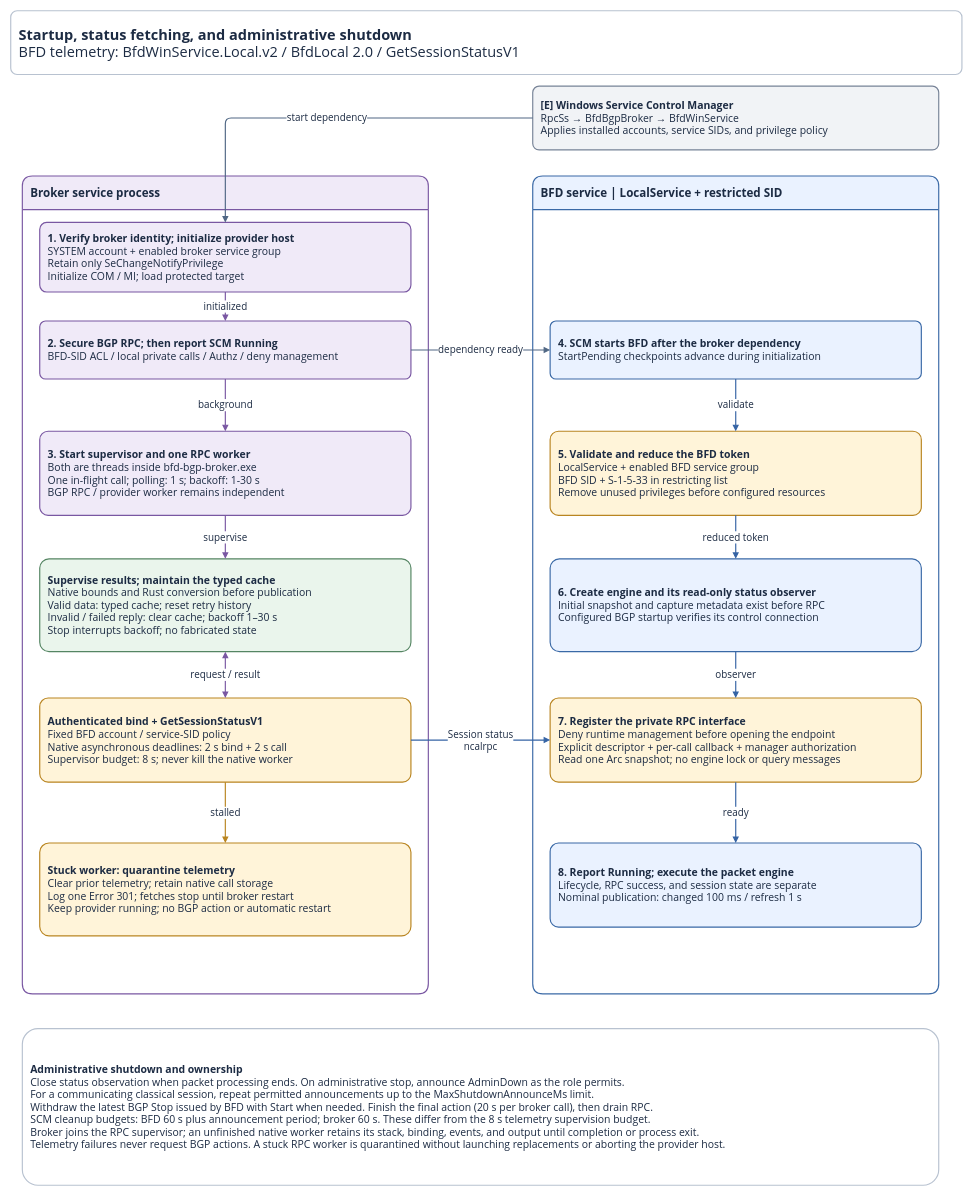
This is page "2 Service lifecycle" (2 of 3) of docs/service-communication.drawio from miketheitguy/bfd-winservice, a draw.io file, before an edit. Source tidied: cells renumbered, new cells numbered last; positions are measured from the earlier drawing's top-left corner, leaving out a move shared by most shapes. Both pictures are drawn from the tidied source at 58%, with x=0, y=0 at pixel (10, 10).
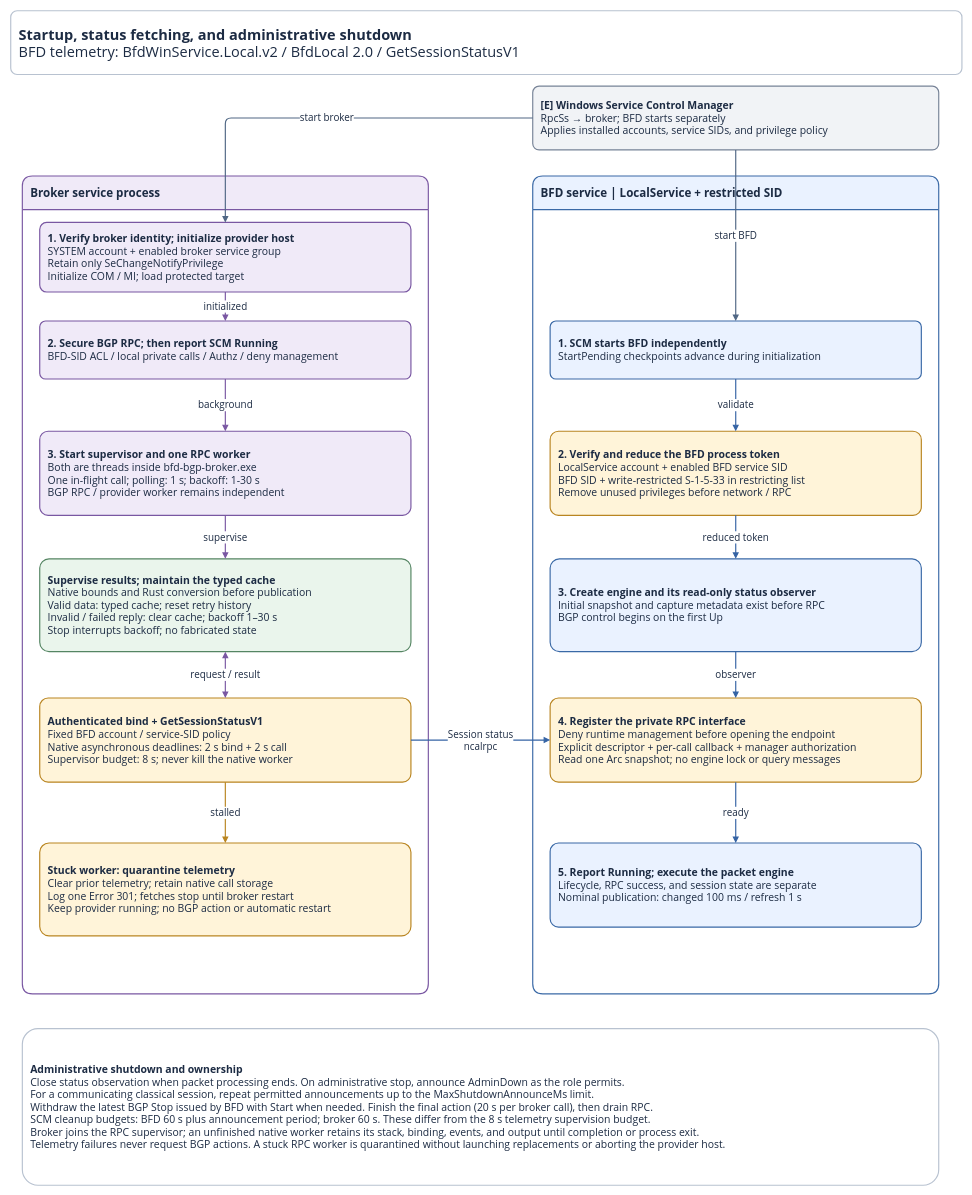
After the change.

Unchanged cells that the change refers to:
```xml
<mxCell id="5" value="&lt;b&gt;BFD service | LocalService + restricted SID&lt;/b&gt;" style="rounded=1;arcSize=10;whiteSpace=wrap;html=1;fillColor=#EAF2FF;strokeColor=#3A69A6;strokeWidth=2;fontFamily=Segoe UI;fontSize=20;fontColor=#1C2B43;spacing=14;align=left;verticalAlign=middle;shape=swimlane;startSize=58;horizontal=1;swimlaneLine=1;" parent="1" vertex="1">
  <mxGeometry x="900" y="285" width="700" height="1410" as="geometry" />
</mxCell>
<mxCell id="6" value="&lt;b&gt;1. Verify broker identity; initialize provider host&lt;/b&gt;&lt;br&gt;SYSTEM account + enabled broker service group&lt;br&gt;Retain only SeChangeNotifyPrivilege&lt;br&gt;Initialize COM / MI; load protected target" style="rounded=1;arcSize=10;whiteSpace=wrap;html=1;fillColor=#F0EAF8;strokeColor=#7957A2;strokeWidth=2;fontFamily=Segoe UI;fontSize=18;fontColor=#1C2B43;spacing=14;align=left;verticalAlign=middle;" parent="4" vertex="1">
  <mxGeometry x="30" y="80" width="640" height="120" as="geometry" />
</mxCell>
<mxCell id="7" value="&lt;b&gt;2. Secure BGP RPC; then report SCM Running&lt;/b&gt;&lt;br&gt;BFD-SID ACL / local private calls / Authz / deny management" style="rounded=1;arcSize=10;whiteSpace=wrap;html=1;fillColor=#F0EAF8;strokeColor=#7957A2;strokeWidth=2;fontFamily=Segoe UI;fontSize=18;fontColor=#1C2B43;spacing=14;align=left;verticalAlign=middle;" parent="4" vertex="1">
  <mxGeometry x="30" y="250" width="640" height="100" as="geometry" />
</mxCell>
```

Diff of the diagram source:
```diff
@@
-    <mxCell id="3" value="&lt;b&gt;[E] Windows Service Control Manager&lt;/b&gt;&lt;br&gt;RpcSs → BfdBgpBroker → BfdWinService&lt;br&gt;Applies installed accounts, service SIDs, and privilege policy" style="rounded=1;arcSize=10;whiteSpace=wrap;html=1;fillColor=#F1F3F6;strokeColor=#778397;strokeWidth=2;fontFamily=Segoe UI;fontSize=18;fontColor=#1C2B43;spacing=14;align=left;verticalAlign=middle;" parent="1" vertex="1">
+    <mxCell id="3" value="&lt;b&gt;[E] Windows Service Control Manager&lt;/b&gt;&lt;br&gt;RpcSs → broker; BFD starts separately&lt;br&gt;Applies installed accounts, service SIDs, and privilege policy" style="rounded=1;arcSize=10;whiteSpace=wrap;html=1;fillColor=#F1F3F6;strokeColor=#778397;strokeWidth=2;fontFamily=Segoe UI;fontSize=18;fontColor=#1C2B43;spacing=14;align=left;verticalAlign=middle;" parent="1" vertex="1">
       <mxGeometry x="900" y="130" width="700" height="110" as="geometry" />
     </mxCell>
@@
-    <mxCell id="12" value="&lt;b&gt;4. SCM starts BFD after the broker dependency&lt;/b&gt;&lt;br&gt;StartPending checkpoints advance during initialization" style="rounded=1;arcSize=10;whiteSpace=wrap;html=1;fillColor=#EAF2FF;strokeColor=#3A69A6;strokeWidth=2;fontFamily=Segoe UI;fontSize=18;fontColor=#1C2B43;spacing=14;align=left;verticalAlign=middle;" parent="5" vertex="1">
+    <mxCell id="12" value="&lt;b&gt;1. SCM starts BFD independently&lt;/b&gt;&lt;br&gt;StartPending checkpoints advance during initialization" style="rounded=1;arcSize=10;whiteSpace=wrap;html=1;fillColor=#EAF2FF;strokeColor=#3A69A6;strokeWidth=2;fontFamily=Segoe UI;fontSize=18;fontColor=#1C2B43;spacing=14;align=left;verticalAlign=middle;" parent="5" vertex="1">
       <mxGeometry x="30" y="250" width="640" height="100" as="geometry" />
     </mxCell>
-    <mxCell id="13" value="&lt;b&gt;5. Validate and reduce the BFD token&lt;/b&gt;&lt;br&gt;LocalService + enabled BFD service group&lt;br&gt;BFD SID + S-1-5-33 in restricting list&lt;br&gt;Remove unused privileges before configured resources" style="rounded=1;arcSize=10;whiteSpace=wrap;html=1;fillColor=#FFF4D9;strokeColor=#B98521;strokeWidth=2;fontFamily=Segoe UI;fontSize=18;fontColor=#1C2B43;spacing=14;align=left;verticalAlign=middle;" parent="5" vertex="1">
+    <mxCell id="13" value="&lt;b&gt;2. Verify and reduce the BFD process token&lt;/b&gt;&lt;br&gt;LocalService account + enabled BFD service SID&lt;br&gt;BFD SID + write-restricted S-1-5-33 in restricting list&lt;br&gt;Remove unused privileges before network / RPC" style="rounded=1;arcSize=10;whiteSpace=wrap;html=1;fillColor=#FFF4D9;strokeColor=#B98521;strokeWidth=2;fontFamily=Segoe UI;fontSize=18;fontColor=#1C2B43;spacing=14;align=left;verticalAlign=middle;" parent="5" vertex="1">
       <mxGeometry x="30" y="440" width="640" height="145" as="geometry" />
     </mxCell>
-    <mxCell id="14" value="&lt;b&gt;6. Create engine and its read-only status observer&lt;/b&gt;&lt;br&gt;Initial snapshot and capture metadata exist before RPC&lt;br&gt;Configured BGP startup verifies its control connection" style="rounded=1;arcSize=10;whiteSpace=wrap;html=1;fillColor=#EAF2FF;strokeColor=#3A69A6;strokeWidth=2;fontFamily=Segoe UI;fontSize=18;fontColor=#1C2B43;spacing=14;align=left;verticalAlign=middle;" parent="5" vertex="1">
+    <mxCell id="14" value="&lt;b&gt;3. Create engine and its read-only status observer&lt;/b&gt;&lt;br&gt;Initial snapshot and capture metadata exist before RPC&lt;br&gt;BGP control begins on the first Up" style="rounded=1;arcSize=10;whiteSpace=wrap;html=1;fillColor=#EAF2FF;strokeColor=#3A69A6;strokeWidth=2;fontFamily=Segoe UI;fontSize=18;fontColor=#1C2B43;spacing=14;align=left;verticalAlign=middle;" parent="5" vertex="1">
       <mxGeometry x="30" y="660" width="640" height="160" as="geometry" />
     </mxCell>
-    <mxCell id="15" value="&lt;b&gt;7. Register the private RPC interface&lt;/b&gt;&lt;br&gt;Deny runtime management before opening the endpoint&lt;br&gt;Explicit descriptor + per-call callback + manager authorization&lt;br&gt;Read one Arc snapshot; no engine lock or query messages" style="rounded=1;arcSize=10;whiteSpace=wrap;html=1;fillColor=#FFF4D9;strokeColor=#B98521;strokeWidth=2;fontFamily=Segoe UI;fontSize=18;fontColor=#1C2B43;spacing=14;align=left;verticalAlign=middle;" parent="5" vertex="1">
+    <mxCell id="15" value="&lt;b&gt;4. Register the private RPC interface&lt;/b&gt;&lt;br&gt;Deny runtime management before opening the endpoint&lt;br&gt;Explicit descriptor + per-call callback + manager authorization&lt;br&gt;Read one Arc snapshot; no engine lock or query messages" style="rounded=1;arcSize=10;whiteSpace=wrap;html=1;fillColor=#FFF4D9;strokeColor=#B98521;strokeWidth=2;fontFamily=Segoe UI;fontSize=18;fontColor=#1C2B43;spacing=14;align=left;verticalAlign=middle;" parent="5" vertex="1">
       <mxGeometry x="30" y="900" width="640" height="145" as="geometry" />
     </mxCell>
-    <mxCell id="16" value="&lt;b&gt;8. Report Running; execute the packet engine&lt;/b&gt;&lt;br&gt;Lifecycle, RPC success, and session state are separate&lt;br&gt;Nominal publication: changed 100 ms / refresh 1 s" style="rounded=1;arcSize=10;whiteSpace=wrap;html=1;fillColor=#EAF2FF;strokeColor=#3A69A6;strokeWidth=2;fontFamily=Segoe UI;fontSize=18;fontColor=#1C2B43;spacing=14;align=left;verticalAlign=middle;" parent="5" vertex="1">
+    <mxCell id="16" value="&lt;b&gt;5. Report Running; execute the packet engine&lt;/b&gt;&lt;br&gt;Lifecycle, RPC success, and session state are separate&lt;br&gt;Nominal publication: changed 100 ms / refresh 1 s" style="rounded=1;arcSize=10;whiteSpace=wrap;html=1;fillColor=#EAF2FF;strokeColor=#3A69A6;strokeWidth=2;fontFamily=Segoe UI;fontSize=18;fontColor=#1C2B43;spacing=14;align=left;verticalAlign=middle;" parent="5" vertex="1">
       <mxGeometry x="30" y="1150" width="640" height="145" as="geometry" />
     </mxCell>
-    <mxCell id="17" value="start dependency" style="edgeStyle=orthogonalEdgeStyle;rounded=1;html=1;strokeColor=#506784;strokeWidth=2;endArrow=block;endFill=1;fontFamily=Segoe UI;fontSize=17;fontColor=#1C2B43;labelBackgroundColor=#FFFFFF;spacing=6;jettySize=auto;" parent="1" edge="1" source="3" target="6">
+    <mxCell id="17" value="start broker" style="edgeStyle=orthogonalEdgeStyle;rounded=1;html=1;strokeColor=#506784;strokeWidth=2;endArrow=block;endFill=1;fontFamily=Segoe UI;fontSize=17;fontColor=#1C2B43;labelBackgroundColor=#FFFFFF;spacing=6;jettySize=auto;" parent="1" edge="1" source="3" target="6">
       <mxGeometry relative="1" as="geometry" />
     </mxCell>
@@
-    <mxCell id="23" value="dependency ready" style="edgeStyle=orthogonalEdgeStyle;rounded=1;html=1;strokeColor=#506784;strokeWidth=2;endArrow=block;endFill=1;fontFamily=Segoe UI;fontSize=17;fontColor=#1C2B43;labelBackgroundColor=#FFFFFF;spacing=6;jettySize=auto;" parent="1" edge="1" source="7" target="12">
+    <mxCell id="23" value="start BFD" style="edgeStyle=orthogonalEdgeStyle;rounded=1;html=1;strokeColor=#506784;strokeWidth=2;endArrow=block;endFill=1;fontFamily=Segoe UI;fontSize=17;fontColor=#1C2B43;labelBackgroundColor=#FFFFFF;spacing=6;jettySize=auto;" parent="1" edge="1" source="3" target="12">
       <mxGeometry relative="1" as="geometry" />
     </mxCell>
```
